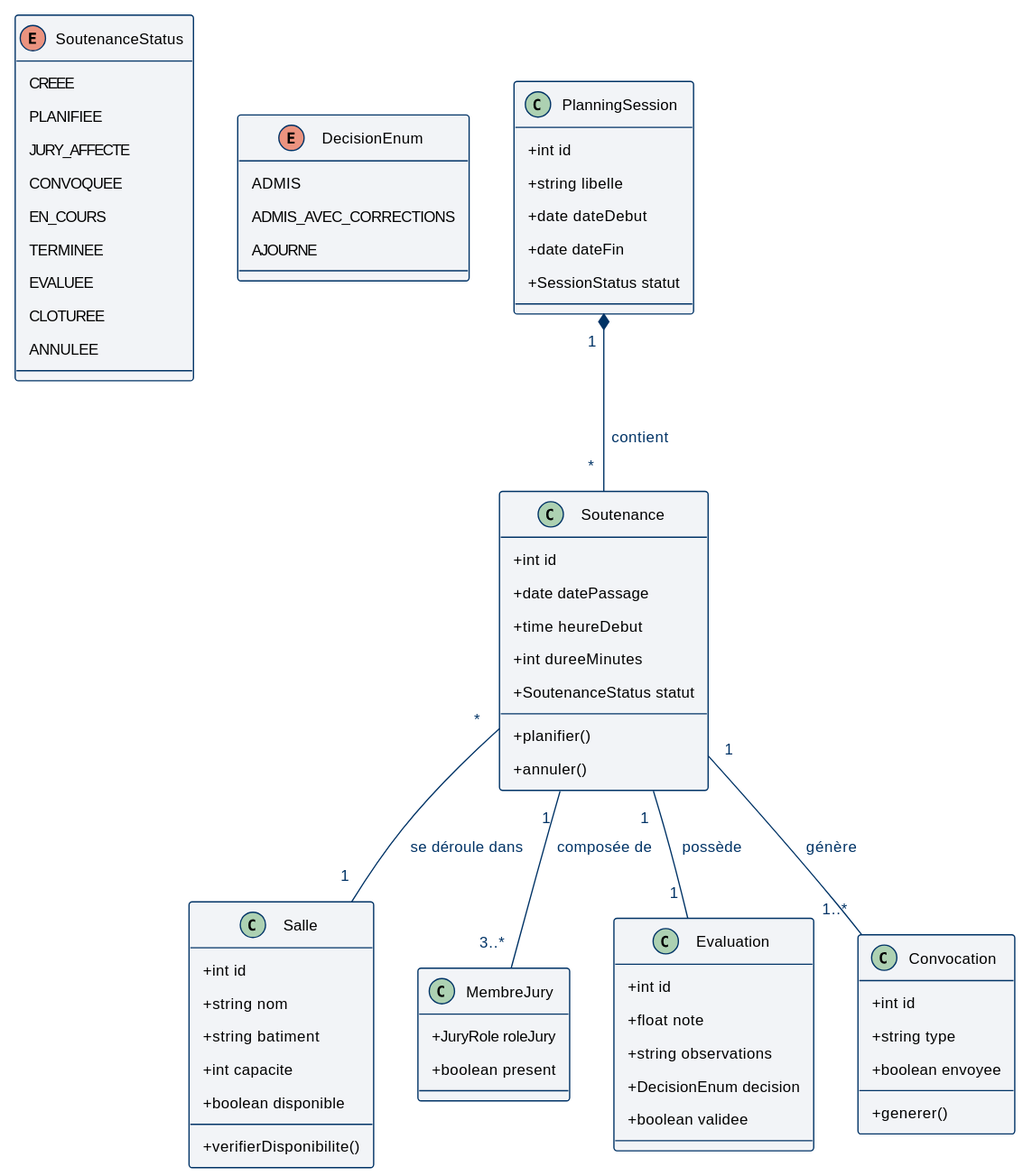
abdelaziz-ebourki/system-gestion-soutenance keeps this PlantUML diagram as docs/diagrams/svg/class_planning.svg. Above is the earlier version.
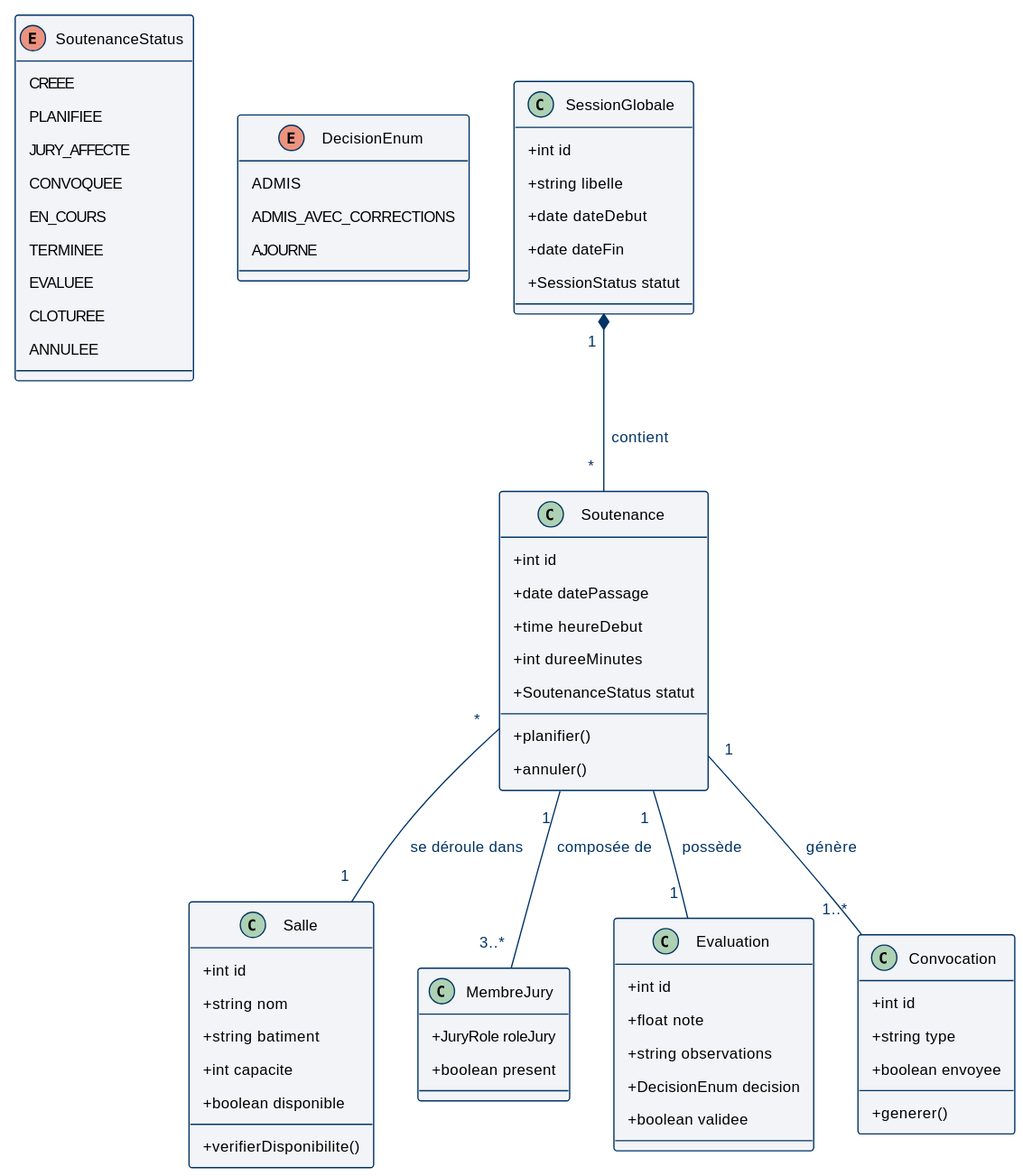
The same file after the commit.

Diff of the diagram source:
```diff
@@ -51,7 +51,7 @@
     + boolean validee
 }
 
-class PlanningSession {
+class SessionGlobale {
     + int id
     + string libelle
     + date dateDebut
@@ -66,7 +66,7 @@
     + generer()
 }
 
-PlanningSession "1" *-- "*" Soutenance : contient
+SessionGlobale "1" *-- "*" Soutenance : contient
 Soutenance "*" -- "1" Salle : se déroule dans
 Soutenance "1" -- "3..*" MembreJury : composée de
 Soutenance "1" -- "1" Evaluation : possède
```
